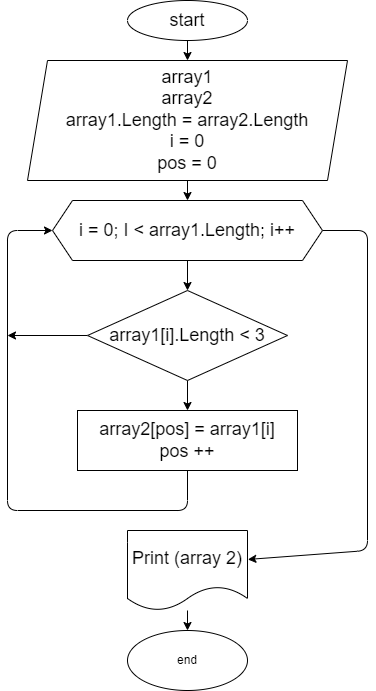
Above: Task/Diagram.drawio.png in LiudmilaKozenkova/BlockResults_Homework (draw.io), before the change. Source tidied: cells renumbered, new cells last; positions are measured from the earlier drawing's top-left corner, leaving out a move shared by most shapes.
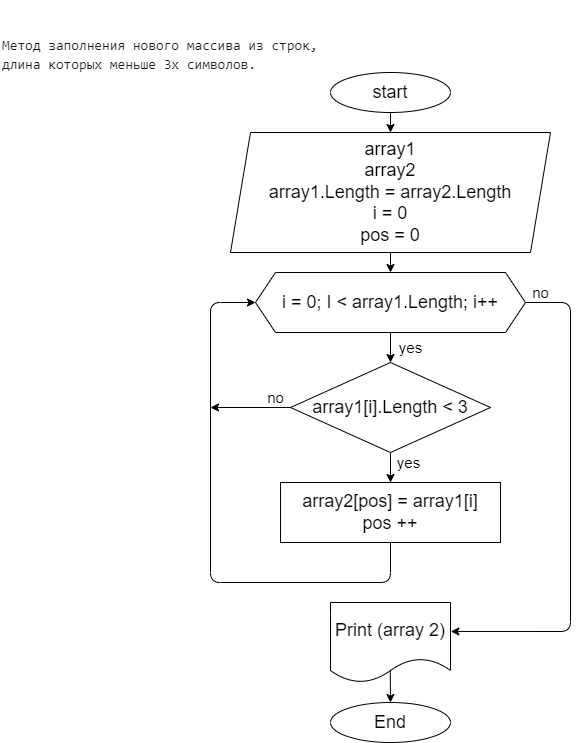
The same diagram one commit later.

Commit message:
последние правки

What changed in the source:
```diff
@@ -2,6 +2,9 @@
   <root>
     <mxCell id="0" />
     <mxCell id="1" parent="0" />
+    <mxCell id="17" value="&lt;font color=&quot;#1a1a1a&quot;&gt;&lt;br&gt;&lt;br&gt;&lt;/font&gt;&lt;div style=&quot;font-family: &amp;#34;consolas&amp;#34; , &amp;#34;courier new&amp;#34; , monospace ; font-weight: normal ; font-size: 14px ; line-height: 19px&quot;&gt;&lt;div&gt;&lt;font color=&quot;#1a1a1a&quot;&gt;Метод заполнения нового массива из строк,&lt;/font&gt;&lt;/div&gt;&lt;div&gt;&lt;font color=&quot;#1a1a1a&quot;&gt;длина которых меньше 3х символов.&lt;/font&gt;&lt;/div&gt;&lt;/div&gt;" style="text;whiteSpace=wrap;html=1;" parent="1" vertex="1">
+      <mxGeometry x="-210" y="-72" width="500" height="30" as="geometry" />
+    </mxCell>
     <mxCell id="2" style="edgeStyle=none;html=1;fontSize=18;" parent="1" edge="1" source="3" target="5">
       <mxGeometry relative="1" as="geometry" />
     </mxCell>
@@ -21,7 +24,7 @@
       <mxGeometry relative="1" as="geometry">
         <Array as="points">
           <mxPoint x="360" y="230" />
-          <mxPoint x="360" y="550" />
+          <mxPoint x="360" y="559" />
         </Array>
       </mxGeometry>
     </mxCell>
@@ -55,14 +58,26 @@
     <mxCell id="13" value="&lt;font style=&quot;font-size: 18px&quot;&gt;array2[pos] = array1[i]&lt;br&gt;pos ++&lt;br&gt;&lt;/font&gt;" style="whiteSpace=wrap;html=1;" parent="1" vertex="1">
       <mxGeometry x="70" y="410" width="220" height="60" as="geometry" />
     </mxCell>
-    <mxCell id="14" style="edgeStyle=none;html=1;fontSize=18;" parent="1" edge="1" source="15" target="16">
+    <mxCell id="14" style="edgeStyle=none;html=1;fontSize=18;exitX=0.498;exitY=0.853;exitDx=0;exitDy=0;exitPerimeter=0;" parent="1" edge="1" source="15" target="16">
       <mxGeometry relative="1" as="geometry" />
     </mxCell>
     <mxCell id="15" value="&lt;font style=&quot;font-size: 18px&quot;&gt;Print (array 2)&lt;/font&gt;" style="shape=document;whiteSpace=wrap;html=1;boundedLbl=1;" parent="1" vertex="1">
       <mxGeometry x="120" y="530" width="120" height="80" as="geometry" />
     </mxCell>
-    <mxCell id="16" value="end" style="ellipse;whiteSpace=wrap;html=1;" parent="1" vertex="1">
-      <mxGeometry x="120" y="630" width="120" height="60" as="geometry" />
+    <mxCell id="16" value="&lt;font style=&quot;font-size: 18px&quot;&gt;End&lt;/font&gt;" style="ellipse;whiteSpace=wrap;html=1;" parent="1" vertex="1">
+      <mxGeometry x="120" y="630" width="120" height="40" as="geometry" />
     </mxCell>
+    <mxCell id="18" value="&lt;font style=&quot;font-size: 15px&quot;&gt;yes&lt;/font&gt;" style="text;html=1;align=center;verticalAlign=middle;strokeColor=none;fillColor=none;fontSize=18;" parent="1" vertex="1">
+      <mxGeometry x="180" y="260" width="40" height="30" as="geometry" />
+    </mxCell>
+    <mxCell id="19" value="no" style="text;html=1;align=center;verticalAlign=middle;strokeColor=none;fillColor=none;fontSize=15;" parent="1" vertex="1">
+      <mxGeometry x="315" y="210" width="30" height="20" as="geometry" />
+    </mxCell>
+    <mxCell id="20" value="&lt;font style=&quot;font-size: 15px&quot;&gt;yes&lt;/font&gt;" style="text;html=1;align=center;verticalAlign=middle;strokeColor=none;fillColor=none;fontSize=18;" parent="1" vertex="1">
+      <mxGeometry x="178" y="375" width="40" height="30" as="geometry" />
+    </mxCell>
+    <mxCell id="21" value="no" style="text;html=1;align=center;verticalAlign=middle;strokeColor=none;fillColor=none;fontSize=15;" parent="1" vertex="1">
+      <mxGeometry x="50" y="315" width="30" height="20" as="geometry" />
+    </mxCell>
   </root>
 </mxGraphModel>
```
